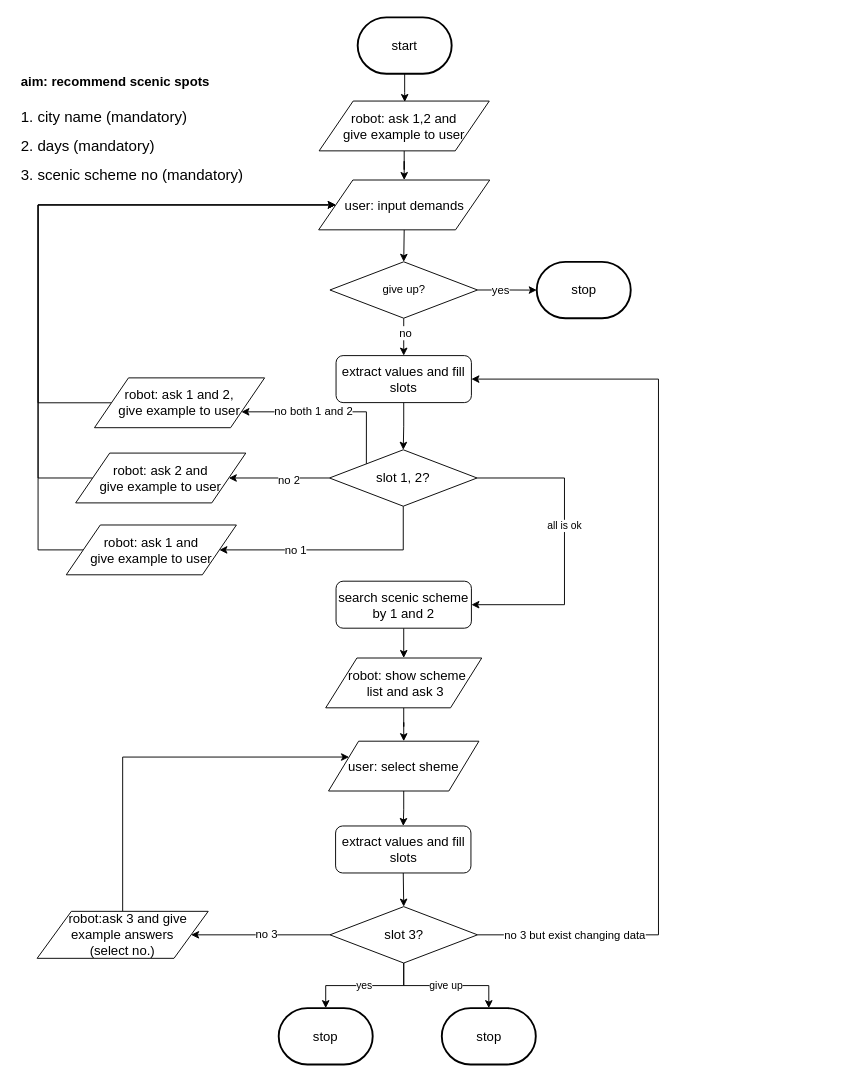
The draw.io diagram flow_diagram/scenic_plan.drawio in ricosr/travel_consult_chatbot, before the edit. Source tidied: cells renumbered, new cells numbered last; positions are measured from the earlier drawing's top-left corner, leaving out a move shared by most shapes. Both pictures are drawn from the tidied source at 94%, with x=0, y=0 at pixel (16, 17).
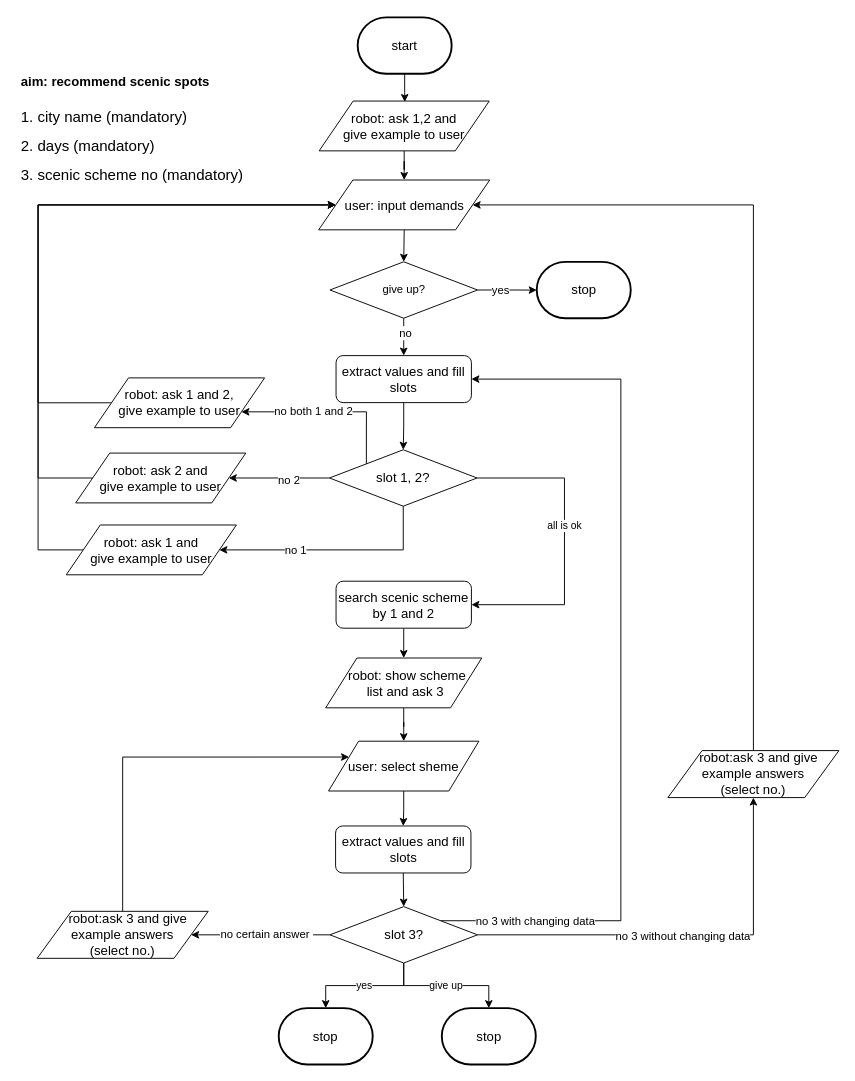
Above is the later version.

The change refers to these unchanged cells:
```xml
<mxCell id="7" value="&lt;font style=&quot;font-size: 14px&quot;&gt;user: input demands&lt;/font&gt;" style="shape=parallelogram;perimeter=parallelogramPerimeter;whiteSpace=wrap;html=1;" parent="1" vertex="1">
  <mxGeometry x="321.5" y="173" width="182" height="53" as="geometry" />
</mxCell>
<mxCell id="22" style="edgeStyle=orthogonalEdgeStyle;rounded=0;jettySize=auto;html=1;exitX=0;exitY=0.5;exitDx=0;exitDy=0;entryX=1;entryY=0.5;entryDx=0;entryDy=0;" parent="1" edge="1" source="26" target="38">
  <mxGeometry relative="1" as="geometry" />
</mxCell>
<mxCell id="26" value="&lt;font style=&quot;font-size: 14px&quot;&gt;slot 3?&lt;br&gt;&lt;/font&gt;" style="rhombus;whiteSpace=wrap;html=1;" parent="1" vertex="1">
  <mxGeometry x="333.5" y="946" width="157" height="60" as="geometry" />
</mxCell>
<mxCell id="29" value="&lt;font style=&quot;font-size: 14px&quot;&gt;extract values and fill slots&lt;/font&gt;" style="rounded=1;whiteSpace=wrap;html=1;" parent="1" vertex="1">
  <mxGeometry x="340" y="359.8" width="144" height="50" as="geometry" />
</mxCell>
```

Diff of the diagram source:
```diff
@@
-    <mxCell id="23" value="no 3" style="text;html=1;align=center;verticalAlign=middle;labelBackgroundColor=#ffffff;" parent="22" vertex="1">
+    <mxCell id="23" value="no certain answer&amp;nbsp;" style="text;html=1;align=center;verticalAlign=middle;labelBackgroundColor=#ffffff;" parent="22" vertex="1">
       <mxGeometry x="-0.08" y="-1" relative="1" as="geometry" />
     </mxCell>
-    <mxCell id="24" style="edgeStyle=orthogonalEdgeStyle;rounded=0;jettySize=auto;html=1;exitX=1;exitY=0.5;exitDx=0;exitDy=0;entryX=1;entryY=0.5;entryDx=0;entryDy=0;" parent="1" edge="1" source="26" target="29">
+    <mxCell id="24" style="edgeStyle=orthogonalEdgeStyle;rounded=0;jettySize=auto;html=1;exitX=1;exitY=0;exitDx=0;exitDy=0;entryX=1;entryY=0.5;entryDx=0;entryDy=0;" parent="1" edge="1" source="26" target="29">
       <mxGeometry relative="1" as="geometry">
         <Array as="points">
-          <mxPoint x="683" y="976" />
-          <mxPoint x="683" y="385" />
+          <mxPoint x="643" y="961" />
+          <mxPoint x="643" y="385" />
         </Array>
       </mxGeometry>
     </mxCell>
-    <mxCell id="25" value="no 3 but exist changing data" style="text;html=1;align=center;verticalAlign=middle;labelBackgroundColor=#ffffff;" parent="24" vertex="1">
+    <mxCell id="25" value="no 3 with changing data" style="text;html=1;align=center;verticalAlign=middle;labelBackgroundColor=#ffffff;" parent="24" vertex="1">
       <mxGeometry x="-0.89" y="-3" relative="1" as="geometry">
         <mxPoint x="49" y="-3" as="offset" />
       </mxGeometry>
     </mxCell>
+    <mxCell id="50" style="edgeStyle=orthogonalEdgeStyle;rounded=0;jettySize=auto;html=1;exitX=1;exitY=0.5;exitDx=0;exitDy=0;entryX=0.5;entryY=1;entryDx=0;entryDy=0;" parent="1" edge="1" source="26" target="53">
+      <mxGeometry relative="1" as="geometry" />
+    </mxCell>
+    <mxCell id="51" value="no 3 without changing data" style="text;html=1;align=center;verticalAlign=middle;labelBackgroundColor=#ffffff;" parent="50" vertex="1">
+      <mxGeometry x="-0.01" y="-1" relative="1" as="geometry" />
+    </mxCell>
@@
+    <mxCell id="52" style="edgeStyle=orthogonalEdgeStyle;rounded=0;jettySize=auto;html=1;exitX=0.5;exitY=0;exitDx=0;exitDy=0;entryX=1;entryY=0.5;entryDx=0;entryDy=0;" parent="1" edge="1" source="53" target="7">
+      <mxGeometry relative="1" as="geometry">
+        <Array as="points">
+          <mxPoint x="784" y="200" />
+        </Array>
+      </mxGeometry>
+    </mxCell>
+    <mxCell id="53" value="&lt;span style=&quot;font-size: 14px&quot;&gt;&amp;nbsp; &amp;nbsp;robot:ask 3 and give example answers&lt;br&gt;(select no.)&lt;/span&gt;" style="shape=parallelogram;perimeter=parallelogramPerimeter;whiteSpace=wrap;html=1;" parent="1" vertex="1">
+      <mxGeometry x="693" y="780" width="182" height="50" as="geometry" />
+    </mxCell>
```
